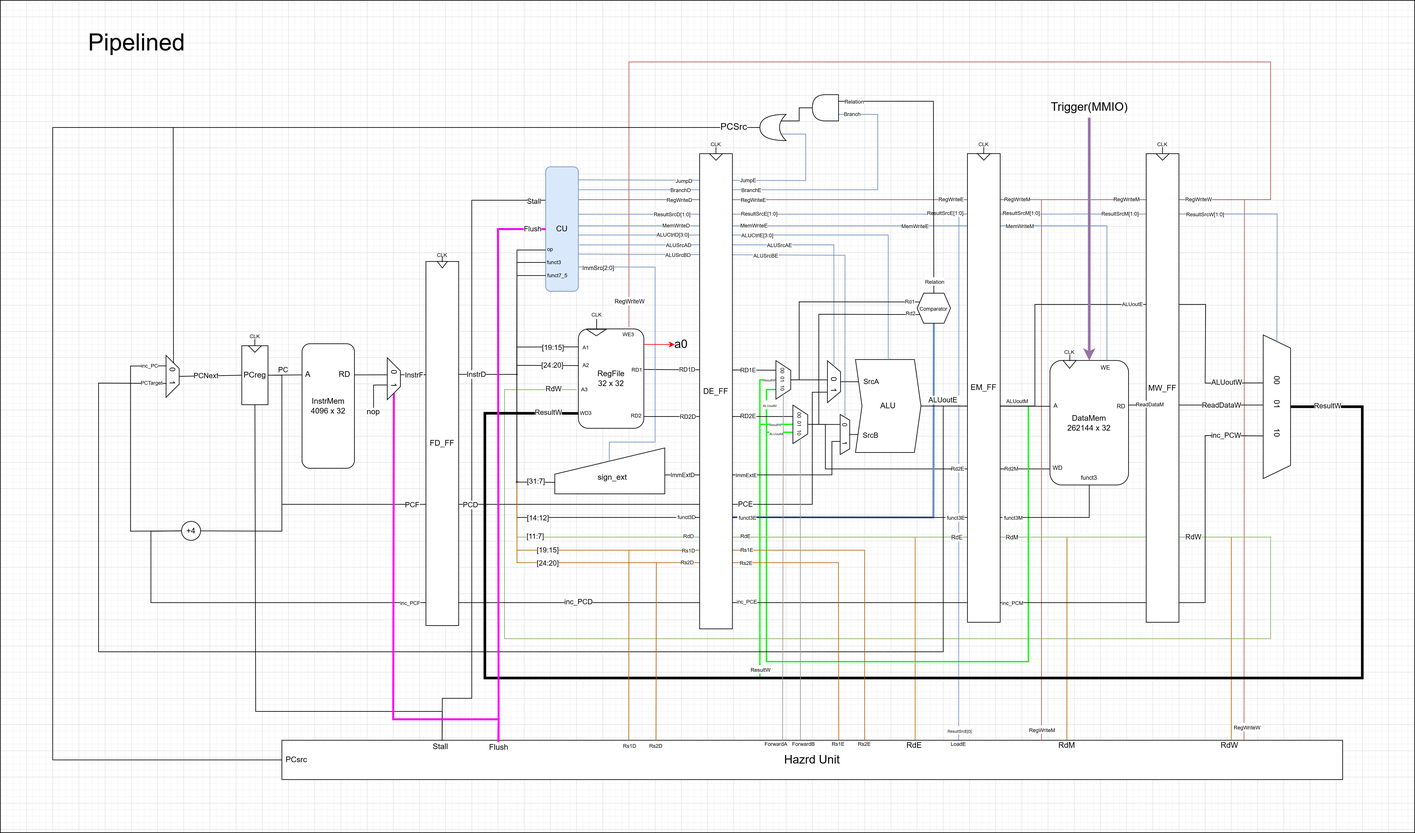
Before: images/RISCV_pipelined_hazard_final.png, a diagram exported from draw.io (Abeeekoala/IAC-Team-12). Source tidied: cells renumbered, new cells last; positions are measured from the earlier drawing's top-left corner, leaving out a move shared by most shapes.
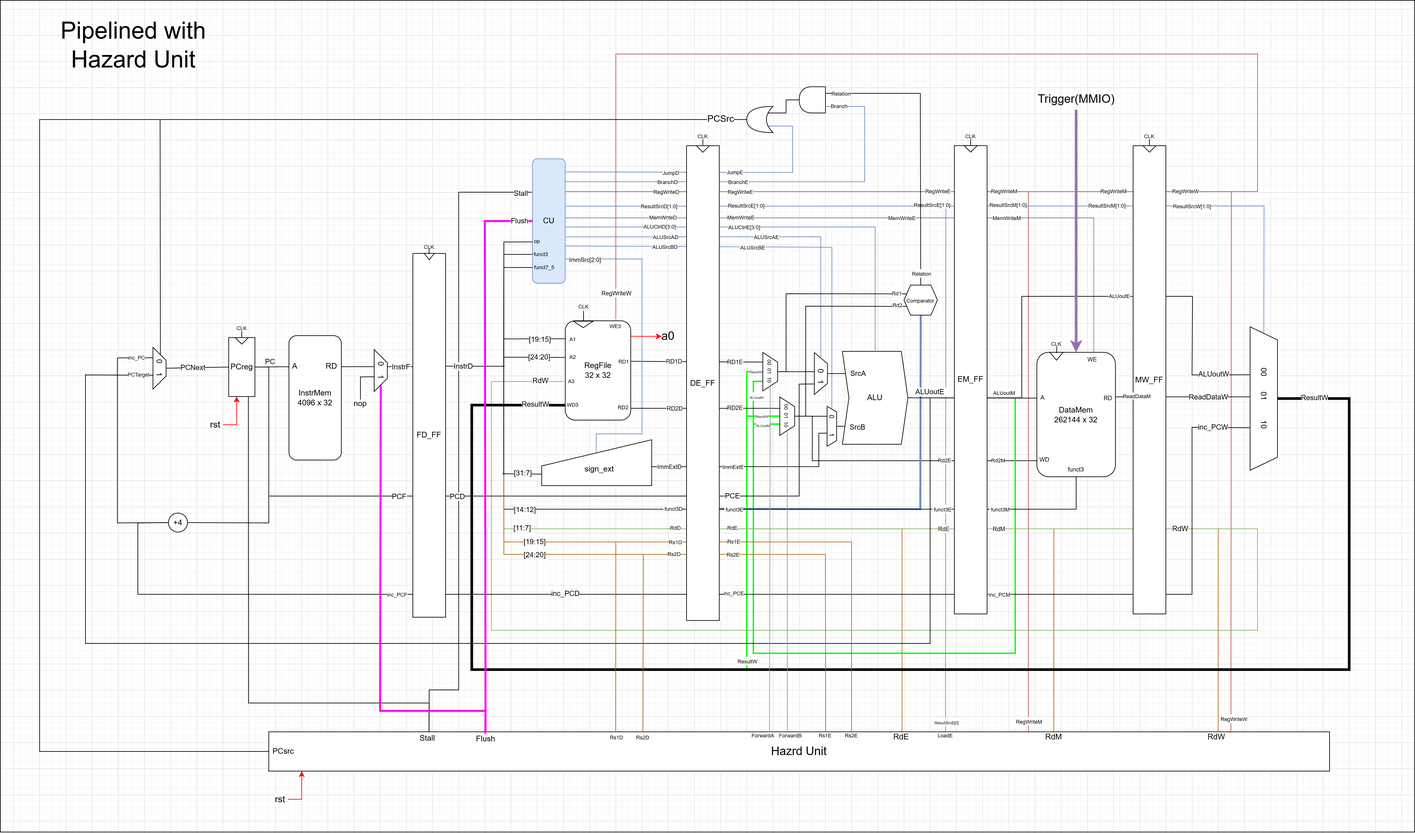
Above is the later version.

Commit message:
Update design diagrams

Change to the diagram source:
```diff
@@ -24,7 +24,7 @@
       </mxGeometry>
     </mxCell>
     <mxCell id="5" style="rounded=0;whiteSpace=wrap;html=1;fillColor=none;" parent="1" vertex="1">
-      <mxGeometry width="2160" height="1270" as="geometry" />
+      <mxGeometry x="20" y="12" width="2160" height="1270" as="geometry" />
     </mxCell>
     <mxCell id="6" style="endArrow=none;html=1;rounded=0;fillColor=#dae8fc;strokeColor=#6c8ebf;exitX=0.638;exitY=-0.002;exitDx=0;exitDy=0;exitPerimeter=0;" parent="1" edge="1" source="11">
       <mxGeometry relative="1" as="geometry">
@@ -971,8 +971,8 @@
         </Array>
       </mxGeometry>
     </mxCell>
-    <mxCell id="197" value="&lt;font style=&quot;font-size: 36px;&quot;&gt;Pipelined&lt;/font&gt;" style="text;html=1;align=center;verticalAlign=middle;whiteSpace=wrap;rounded=0;" parent="1" vertex="1">
-      <mxGeometry x="133" y="49" width="151" height="30" as="geometry" />
+    <mxCell id="197" value="&lt;font style=&quot;font-size: 36px;&quot;&gt;Pipelined with Hazard Unit&lt;/font&gt;" style="text;html=1;align=center;verticalAlign=middle;whiteSpace=wrap;rounded=0;" parent="1" vertex="1">
+      <mxGeometry x="100" y="65" width="247" height="30" as="geometry" />
     </mxCell>
     <mxCell id="198" style="endArrow=classic;html=1;rounded=0;entryX=0.5;entryY=0;entryDx=0;entryDy=0;strokeWidth=4;fillColor=#e1d5e7;strokeColor=#9673a6;" parent="1" edge="1" target="162">
       <mxGeometry relative="1" as="geometry">
@@ -1208,11 +1208,11 @@
     <mxCell id="252" value="Flush" style="edgeLabel;html=1;align=center;verticalAlign=middle;" parent="250" vertex="1">
       <mxGeometry x="0.95" y="1" relative="1" as="geometry" />
     </mxCell>
-    <mxCell id="253" style="endArrow=none;html=1;rounded=0;entryX=0.5;entryY=1;entryDx=0;entryDy=0;exitX=0.588;exitY=0.011;exitDx=0;exitDy=0;exitPerimeter=0;" parent="1" edge="1" source="226" target="66">
+    <mxCell id="253" style="endArrow=none;html=1;rounded=0;entryX=0.75;entryY=1;entryDx=0;entryDy=0;exitX=0.588;exitY=0.011;exitDx=0;exitDy=0;exitPerimeter=0;" parent="1" edge="1" source="226" target="66">
       <mxGeometry relative="1" as="geometry">
         <Array as="points">
           <mxPoint x="675" y="1085" />
-          <mxPoint x="390" y="1085" />
+          <mxPoint x="399" y="1085" />
         </Array>
       </mxGeometry>
     </mxCell>
@@ -1266,5 +1266,33 @@
     <mxCell id="263" value="&lt;font style=&quot;font-size: 12px;&quot;&gt;RdE&lt;/font&gt;" style="text;html=1;align=center;verticalAlign=middle;whiteSpace=wrap;rounded=0;" parent="1" vertex="1">
       <mxGeometry x="1386" y="1132" width="20" height="10" as="geometry" />
     </mxCell>
+    <mxCell id="264" style="endArrow=classic;html=1;rounded=0;entryX=0.5;entryY=1;entryDx=0;entryDy=0;strokeColor=#ff0000;" parent="1" edge="1">
+      <mxGeometry relative="1" as="geometry">
+        <mxPoint x="360" y="660" as="sourcePoint" />
+        <mxPoint x="381" y="617" as="targetPoint" />
+        <Array as="points">
+          <mxPoint x="381" y="660" />
+        </Array>
+      </mxGeometry>
+    </mxCell>
+    <mxCell id="265" value="&lt;font style=&quot;font-size: 14px;&quot;&gt;rst&lt;/font&gt;" style="edgeLabel;html=1;align=center;verticalAlign=middle;" parent="264" vertex="1">
+      <mxGeometry x="-0.72" y="-1" relative="1" as="geometry">
+        <mxPoint x="-22" y="-2" as="offset" />
+      </mxGeometry>
+    </mxCell>
+    <mxCell id="266" style="endArrow=classic;html=1;rounded=0;entryX=0.5;entryY=1;entryDx=0;entryDy=0;strokeColor=#ff0000;" parent="1" edge="1">
+      <mxGeometry relative="1" as="geometry">
+        <mxPoint x="459.3" y="1232" as="sourcePoint" />
+        <mxPoint x="480.3" y="1189" as="targetPoint" />
+        <Array as="points">
+          <mxPoint x="480.3" y="1232" />
+        </Array>
+      </mxGeometry>
+    </mxCell>
+    <mxCell id="267" value="&lt;font style=&quot;font-size: 14px;&quot;&gt;rst&lt;/font&gt;" style="edgeLabel;html=1;align=center;verticalAlign=middle;" parent="266" vertex="1">
+      <mxGeometry x="-0.72" y="-1" relative="1" as="geometry">
+        <mxPoint x="-22" y="-2" as="offset" />
+      </mxGeometry>
+    </mxCell>
   </root>
 </mxGraphModel>
```
